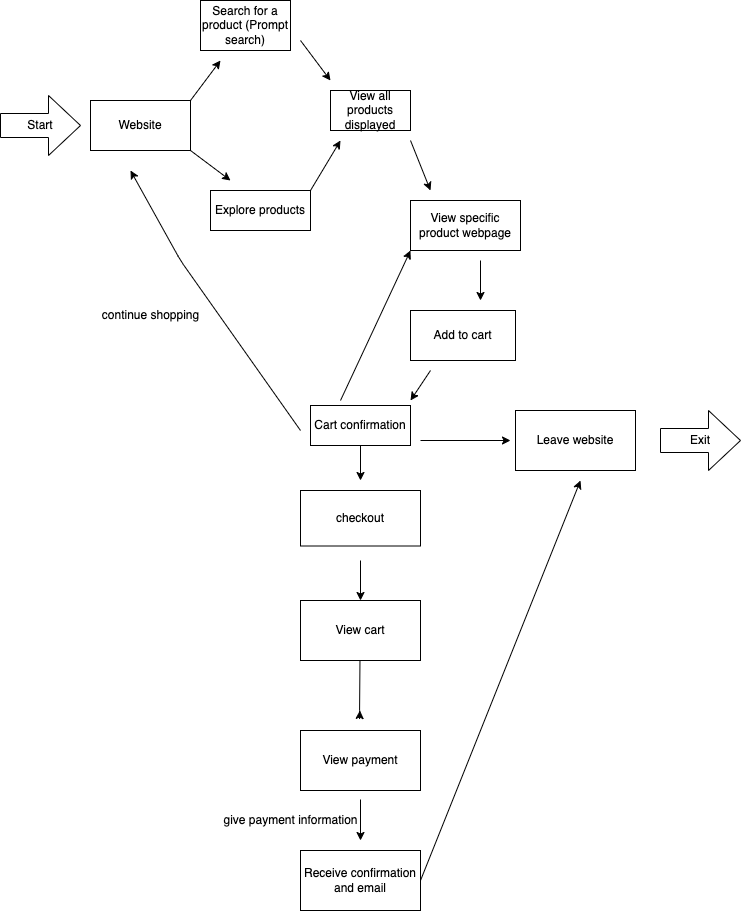
The draw.io diagram explore/diagramming/diagram.drawio.png in AnviMittal/sp23-cse110-lab4, before a commit. Source tidied: cells renumbered, new cells last; positions are measured from the earlier drawing's top-left corner, leaving out a move shared by most shapes.
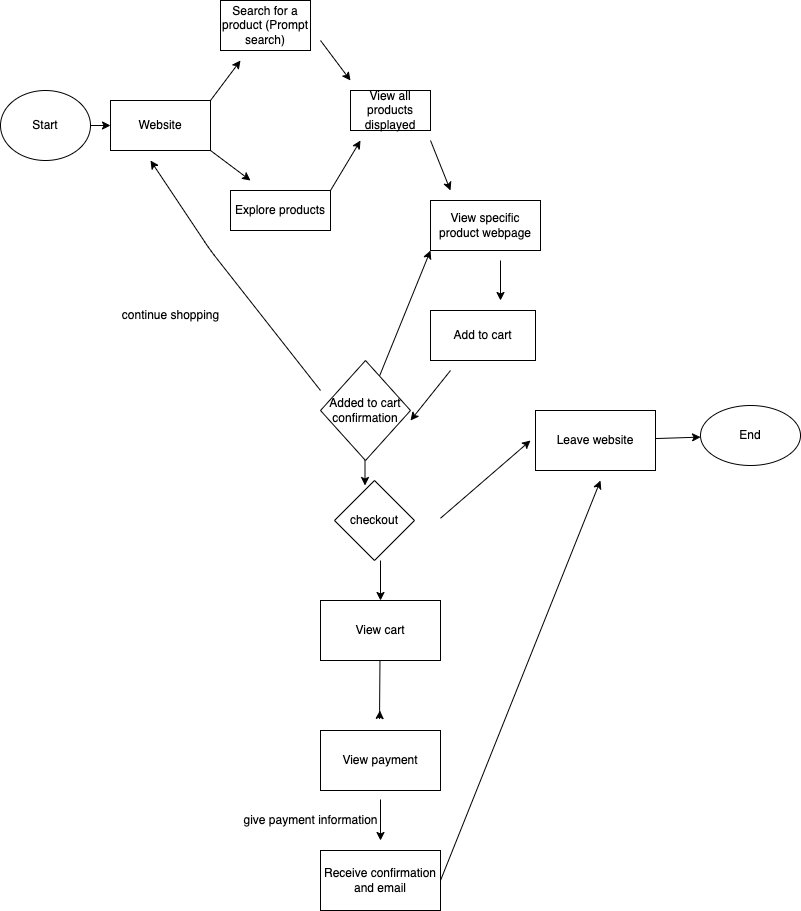
The same file after the commit.

Change to the diagram source:
```diff
@@ -18,9 +18,6 @@
         </Array>
       </mxGeometry>
     </mxCell>
-    <mxCell id="5" value="Start" style="shape=singleArrow;whiteSpace=wrap;html=1;arrowWidth=0.4;arrowSize=0.4;" parent="1" vertex="1">
-      <mxGeometry y="95" width="80" height="60" as="geometry" />
-    </mxCell>
     <mxCell id="6" value="Search for a product (Prompt search)" style="rounded=0;whiteSpace=wrap;html=1;" parent="1" vertex="1">
       <mxGeometry x="200" width="90" height="50" as="geometry" />
     </mxCell>
@@ -36,9 +33,9 @@
     <mxCell id="10" value="Add to cart" style="rounded=0;whiteSpace=wrap;html=1;" parent="1" vertex="1">
       <mxGeometry x="410" y="310" width="105" height="50" as="geometry" />
     </mxCell>
-    <mxCell id="11" value="checkout" style="rounded=0;whiteSpace=wrap;html=1;" parent="1" vertex="1">
-      <mxGeometry x="300" y="490" width="120" height="55.5" as="geometry" />
-    </mxCell>
+    <mxCell id="33" style="edgeStyle=none;html=1;" parent="1" edge="1" source="12" target="35">
+      <mxGeometry relative="1" as="geometry" />
+    </mxCell>
     <mxCell id="12" value="Leave website" style="rounded=0;whiteSpace=wrap;html=1;" parent="1" vertex="1">
       <mxGeometry x="515" y="410" width="120" height="60" as="geometry" />
     </mxCell>
@@ -56,9 +53,6 @@
     <mxCell id="16" value="Receive confirmation and email" style="rounded=0;whiteSpace=wrap;html=1;" parent="1" vertex="1">
       <mxGeometry x="300" y="850" width="120" height="60" as="geometry" />
     </mxCell>
-    <mxCell id="17" value="Exit" style="shape=singleArrow;whiteSpace=wrap;html=1;arrowWidth=0.4;arrowSize=0.4;" parent="1" vertex="1">
-      <mxGeometry x="660" y="410" width="80" height="60" as="geometry" />
-    </mxCell>
     <mxCell id="18" style="edgeStyle=none;html=1;exitX=1;exitY=0;exitDx=0;exitDy=0;" parent="1" edge="1" source="7">
       <mxGeometry relative="1" as="geometry">
         <mxPoint x="340" y="140" as="targetPoint" />
@@ -88,12 +82,12 @@
     <mxCell id="22" style="edgeStyle=none;html=1;" parent="1" edge="1">
       <mxGeometry relative="1" as="geometry">
         <mxPoint x="430" y="370" as="sourcePoint" />
-        <mxPoint x="410" y="400" as="targetPoint" />
+        <mxPoint x="390" y="420" as="targetPoint" />
       </mxGeometry>
     </mxCell>
-    <mxCell id="23" style="edgeStyle=none;html=1;" parent="1" edge="1">
+    <mxCell id="23" style="edgeStyle=none;html=1;exitX=1;exitY=0.5;exitDx=0;exitDy=0;" parent="1" edge="1">
       <mxGeometry relative="1" as="geometry">
-        <mxPoint x="420" y="440" as="sourcePoint" />
+        <mxPoint x="420" y="517.8" as="sourcePoint" />
         <mxPoint x="510" y="440" as="targetPoint" />
       </mxGeometry>
     </mxCell>
@@ -119,31 +113,47 @@
     <mxCell id="27" value="continue shopping" style="text;html=1;align=center;verticalAlign=middle;strokeColor=none;fillColor=none;rotation=0;" parent="1" vertex="1">
       <mxGeometry x="90" y="300" width="120" height="30" as="geometry" />
     </mxCell>
-    <mxCell id="28" style="endArrow=classic;html=1;startSize=18;endSize=6;sourcePerimeterSpacing=9;targetPerimeterSpacing=5;exitX=0.5;exitY=1;exitDx=0;exitDy=0;" parent="1" edge="1" source="29">
+    <mxCell id="28" style="endArrow=classic;html=1;startSize=18;endSize=6;sourcePerimeterSpacing=9;targetPerimeterSpacing=5;exitX=0.5;exitY=1;exitDx=0;exitDy=0;" parent="1" edge="1">
       <mxGeometry relative="1" as="geometry">
-        <mxPoint x="360" y="480" as="targetPoint" />
+        <mxPoint x="344.5" y="450" as="sourcePoint" />
+        <mxPoint x="344.5" y="485" as="targetPoint" />
       </mxGeometry>
     </mxCell>
-    <mxCell id="29" value="Cart confirmation" style="rounded=0;whiteSpace=wrap;html=1;" parent="1" vertex="1">
-      <mxGeometry x="310" y="405" width="100" height="40" as="geometry" />
-    </mxCell>
     <mxCell id="30" style="edgeStyle=none;html=1;" parent="1" edge="1">
       <mxGeometry relative="1" as="geometry">
-        <mxPoint x="300" y="430" as="sourcePoint" />
-        <mxPoint x="130" y="170" as="targetPoint" />
+        <mxPoint x="300" y="390" as="sourcePoint" />
+        <mxPoint x="130" y="160" as="targetPoint" />
         <Array as="points">
-          <mxPoint x="180" y="260" />
-          <mxPoint x="130" y="170" />
+          <mxPoint x="190" y="250" />
+          <mxPoint x="130" y="160" />
         </Array>
       </mxGeometry>
     </mxCell>
-    <mxCell id="31" style="edgeStyle=none;html=1;entryX=0;entryY=1;entryDx=0;entryDy=0;" parent="1" edge="1" target="9">
-      <mxGeometry relative="1" as="geometry">
-        <mxPoint x="340" y="400" as="sourcePoint" />
-      </mxGeometry>
+    <mxCell id="31" style="edgeStyle=none;html=1;entryX=0;entryY=1;entryDx=0;entryDy=0;startArrow=none;" parent="1" edge="1" source="37" target="9">
+      <mxGeometry relative="1" as="geometry" />
     </mxCell>
     <mxCell id="32" value="give payment information" style="text;html=1;align=center;verticalAlign=middle;strokeColor=none;fillColor=none;" parent="1" vertex="1">
       <mxGeometry x="210" y="805" width="160" height="30" as="geometry" />
     </mxCell>
+    <mxCell id="34" style="edgeStyle=none;html=1;" parent="1" edge="1" source="5" target="3">
+      <mxGeometry relative="1" as="geometry" />
+    </mxCell>
+    <mxCell id="5" value="Start" style="ellipse;whiteSpace=wrap;html=1;" parent="1" vertex="1">
+      <mxGeometry x="-20" y="90" width="90" height="70" as="geometry" />
+    </mxCell>
+    <mxCell id="35" value="End" style="ellipse;whiteSpace=wrap;html=1;" parent="1" vertex="1">
+      <mxGeometry x="680" y="405" width="100" height="60" as="geometry" />
+    </mxCell>
+    <mxCell id="36" style="edgeStyle=none;html=1;entryX=0;entryY=1;entryDx=0;entryDy=0;endArrow=none;" parent="1" edge="1" target="37">
+      <mxGeometry relative="1" as="geometry">
+        <mxPoint x="340" y="400" as="sourcePoint" />
+      </mxGeometry>
+    </mxCell>
+    <mxCell id="37" value="Added to cart confirmation" style="rhombus;whiteSpace=wrap;html=1;" parent="1" vertex="1">
+      <mxGeometry x="300" y="360" width="90" height="100" as="geometry" />
+    </mxCell>
+    <mxCell id="11" value="checkout" style="rhombus;whiteSpace=wrap;html=1;" parent="1" vertex="1">
+      <mxGeometry x="314" y="480" width="80" height="80" as="geometry" />
+    </mxCell>
   </root>
 </mxGraphModel>
```
